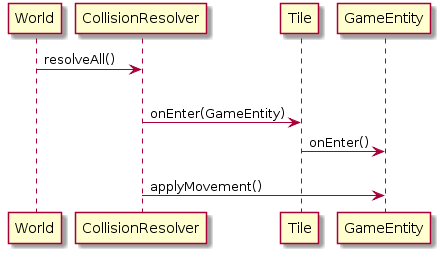
Earlier version of the PlantUML export specs/sequence_diagram_collision.png (Bert54/ACL_2019_TP11_GROUPE3). The source it was exported from:
```plantuml
@startuml
World -> CollisionResolver: resolveAll()

alt collide
	CollisionResolver -> Tile: onEnter(GameEntity)
	Tile -> GameEntity: onEnter()
else noCollision
	CollisionResolver -> GameEntity: applyMovement()
@enduml
```
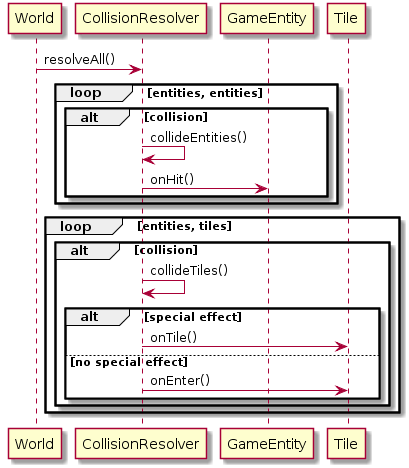
The same file after the commit.

Commit message:
sequence diagrams

The edit, as a diff of the source:
```diff
@@ -1,9 +1,23 @@
 @startuml
-World -> CollisionResolver: resolveAll()
+World -> CollisionResolver : resolveAll()
 
-alt collide
-	CollisionResolver -> Tile: onEnter(GameEntity)
-	Tile -> GameEntity: onEnter()
-else noCollision
-	CollisionResolver -> GameEntity: applyMovement()
+loop entities, entities
+
+  alt collision
+    CollisionResolver -> CollisionResolver : collideEntities()
+    CollisionResolver -> GameEntity : onHit()
+  end
+end
+
+loop entities, tiles
+  alt collision
+        CollisionResolver -> CollisionResolver : collideTiles()
+alt special effect
+
+        CollisionResolver -> Tile : onTile()
+else no special effect
+        CollisionResolver -> Tile : onEnter()
+    end
+  end
+end
 @enduml
```
